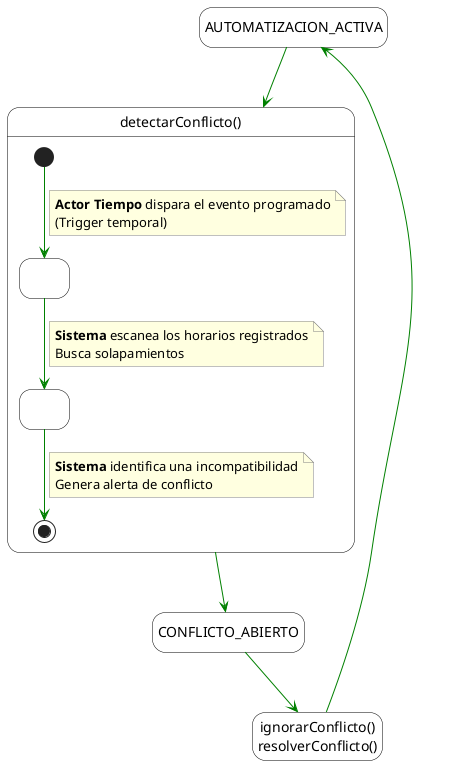
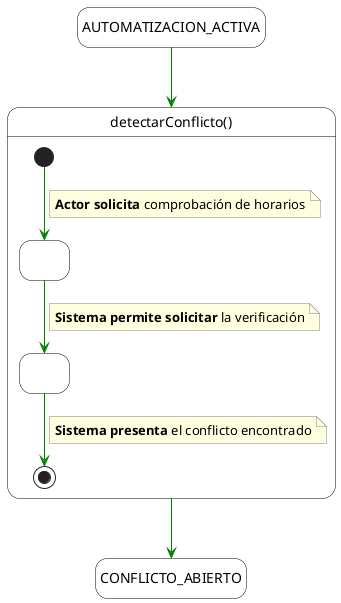
@startuml
hide empty description

skinparam state {
    BackgroundColor White
    BorderColor Black
    ArrowColor Green
}
skinparam note {
    BackgroundColor LightYellow
    BorderColor Gray
}

state AUTOMATIZACION_ACTIVA

state "detectarConflicto()" as MainBlock {

+     ' Definición explicita de estados para evitar errores de compilación
+     state " " as Paso1
+     state " " as Paso2
+ 
    [*] --> Paso1
    note on link
-         **Actor Tiempo** dispara el evento programado
-         (Trigger temporal)
+         ' Verbo tabla: El actor SOLICITA
+         **Actor solicita** comprobación de horarios
    end note
- 
-     state Paso1 as " "

    Paso1 --> Paso2
    note on link
-         **Sistema** escanea los horarios registrados
-         Busca solapamientos
+         ' Verbo tabla: El sistema PERMITE SOLICITAR
+         ' (Es la forma de decir que el sistema procesa la solicitud)
+         **Sistema permite solicitar** la verificación
    end note
- 
-     state Paso2 as " "

    Paso2 --> [*]
    note on link
-         **Sistema** identifica una incompatibilidad
-         Genera alerta de conflicto
+         ' Verbo tabla: El sistema PRESENTA / MUESTRA
+         **Sistema presenta** el conflicto encontrado
    end note
}

+ state CONFLICTO_ABIERTO
+ 
+ ' Conexiones externas
AUTOMATIZACION_ACTIVA -down-> MainBlock
- 
- state CONFLICTO_ABIERTO
MainBlock -down-> CONFLICTO_ABIERTO

- state resolucion as "ignorarConflicto()\nresolverConflicto()"
- CONFLICTO_ABIERTO -down-> resolucion
- resolucion -up-> AUTOMATIZACION_ACTIVA
- 
@enduml